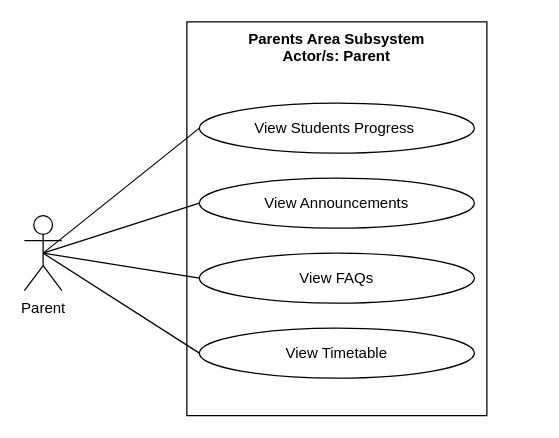
Above: page "PARENTS AREA" (2 of 7) of REVISIONS/UML-DIAGRAMS/6-9-2021/USE CASE/use case.drawio in mrklglsn/CAPSTONE-FILES (draw.io), before the change. Source tidied: cells renumbered, new cells numbered last; positions are measured from the earlier drawing's top-left corner, leaving out a move shared by most shapes. Both pictures are drawn from the tidied source at 125%, with x=0, y=0 at pixel (24, 21).
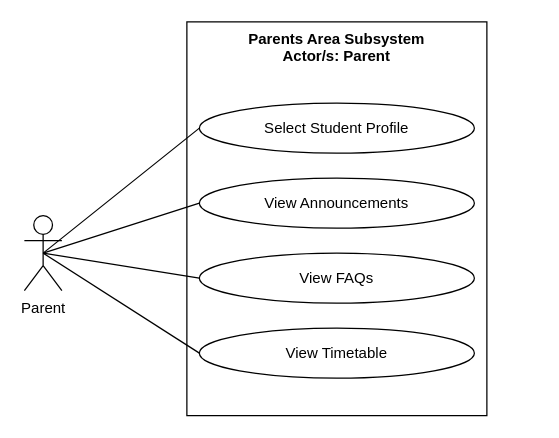
Above is the later version.

The edit, as a diff of the source:
```diff
@@
 <mxGraphModel>
   <root>
     <mxCell id="0" />
     <mxCell id="1" parent="0" />
     <mxCell id="2" style="html=1;fillColor=none;" parent="1" vertex="1">
       <mxGeometry x="130" width="240" height="315" as="geometry" />
     </mxCell>
     <mxCell id="3" style="edgeStyle=none;rounded=0;jumpStyle=arc;jumpSize=14;jettySize=auto;html=1;exitX=0.5;exitY=0.5;exitDx=0;exitDy=0;exitPerimeter=0;entryX=0;entryY=0.5;entryDx=0;entryDy=0;startArrow=none;startFill=0;endArrow=none;endFill=0;startSize=11;endSize=11;" parent="1" edge="1" source="7" target="9">
       <mxGeometry relative="1" as="geometry" />
     </mxCell>
     <mxCell id="4" style="edgeStyle=none;rounded=0;jumpStyle=arc;jumpSize=14;jettySize=auto;html=1;exitX=0.5;exitY=0.5;exitDx=0;exitDy=0;exitPerimeter=0;entryX=0;entryY=0.5;entryDx=0;entryDy=0;endArrow=none;endFill=0;startSize=9;endSize=11;" parent="1" edge="1" source="7" target="10">
       <mxGeometry relative="1" as="geometry" />
     </mxCell>
     <mxCell id="5" style="edgeStyle=none;rounded=0;jumpStyle=arc;jumpSize=14;jettySize=auto;html=1;exitX=0.5;exitY=0.5;exitDx=0;exitDy=0;exitPerimeter=0;entryX=0;entryY=0.5;entryDx=0;entryDy=0;endArrow=none;endFill=0;startSize=9;endSize=11;" parent="1" edge="1" source="7" target="11">
       <mxGeometry relative="1" as="geometry" />
     </mxCell>
     <mxCell id="6" style="edgeStyle=none;rounded=0;jumpStyle=arc;jumpSize=14;jettySize=auto;html=1;exitX=0.5;exitY=0.5;exitDx=0;exitDy=0;exitPerimeter=0;entryX=0;entryY=0.5;entryDx=0;entryDy=0;endArrow=none;endFill=0;startSize=9;endSize=11;" parent="1" edge="1" source="7" target="12">
       <mxGeometry relative="1" as="geometry" />
     </mxCell>
     <mxCell id="7" value="Parent" style="shape=umlActor;verticalLabelPosition=bottom;verticalAlign=top;html=1;fillColor=none;" parent="1" vertex="1">
       <mxGeometry y="155" width="30" height="60" as="geometry" />
     </mxCell>
     <mxCell id="8" value="Parents Area Subsystem&#10;Actor/s: Parent" style="text;align=center;fontStyle=1;verticalAlign=middle;spacingLeft=3;spacingRight=3;strokeColor=none;fillColor=none;" parent="1" vertex="1">
       <mxGeometry x="90" y="5" width="320" height="30" as="geometry" />
     </mxCell>
-    <mxCell id="9" value="View Students Progress&amp;nbsp;" style="ellipse;whiteSpace=wrap;html=1;fillColor=none;" parent="1" vertex="1">
+    <mxCell id="9" value="Select Student Profile" style="ellipse;whiteSpace=wrap;html=1;fillColor=none;" parent="1" vertex="1">
       <mxGeometry x="140" y="65" width="220" height="40" as="geometry" />
     </mxCell>
     <mxCell id="10" value="View Announcements" style="ellipse;whiteSpace=wrap;html=1;fillColor=none;" parent="1" vertex="1">
       <mxGeometry x="140" y="125" width="220" height="40" as="geometry" />
     </mxCell>
     <mxCell id="11" value="View FAQs" style="ellipse;whiteSpace=wrap;html=1;fillColor=none;" parent="1" vertex="1">
       <mxGeometry x="140" y="185" width="220" height="40" as="geometry" />
     </mxCell>
     <mxCell id="12" value="View Timetable" style="ellipse;whiteSpace=wrap;html=1;fillColor=none;" parent="1" vertex="1">
       <mxGeometry x="140" y="245" width="220" height="40" as="geometry" />
     </mxCell>
   </root>
 </mxGraphModel>
```
